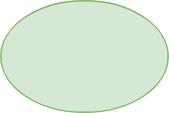
Earlier version of the draw.io export home-art.drawio.svg (mg0324/my-res). Source tidied: cells renumbered, new cells last; positions are measured from the earlier drawing's top-left corner, leaving out a move shared by most shapes. The source it was exported from:
```xml
<mxGraphModel>
  <root>
    <mxCell id="0" />
    <mxCell id="1" parent="0" />
    <mxCell id="2" style="ellipse;whiteSpace=wrap;html=1;fillColor=#d5e8d4;strokeColor=#82b366;" parent="1" vertex="1">
      <mxGeometry width="120" height="80" as="geometry" />
    </mxCell>
  </root>
</mxGraphModel>
```
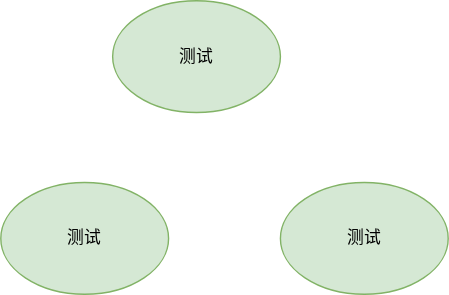
Above is the later version.

The edit, as a diff of the source:
```diff
@@ -2,8 +2,14 @@
   <root>
     <mxCell id="0" />
     <mxCell id="1" parent="0" />
-    <mxCell id="2" style="ellipse;whiteSpace=wrap;html=1;fillColor=#d5e8d4;strokeColor=#82b366;" parent="1" vertex="1">
+    <mxCell id="2" value="测试" style="ellipse;whiteSpace=wrap;html=1;fillColor=#d5e8d4;strokeColor=#82b366;" parent="1" vertex="1">
       <mxGeometry width="120" height="80" as="geometry" />
     </mxCell>
+    <mxCell id="3" value="测试" style="ellipse;whiteSpace=wrap;html=1;fillColor=#d5e8d4;strokeColor=#82b366;" parent="1" vertex="1">
+      <mxGeometry x="-80" y="130" width="120" height="80" as="geometry" />
+    </mxCell>
+    <mxCell id="4" value="测试" style="ellipse;whiteSpace=wrap;html=1;fillColor=#d5e8d4;strokeColor=#82b366;" parent="1" vertex="1">
+      <mxGeometry x="120" y="130" width="120" height="80" as="geometry" />
+    </mxCell>
   </root>
 </mxGraphModel>
```
